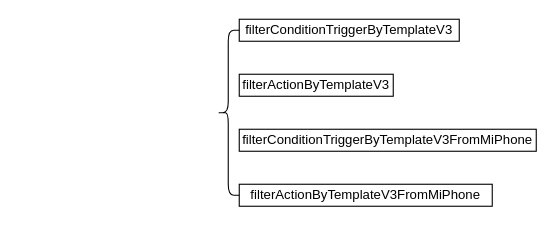
WljclW/coolweather keeps this draw.io diagram as 未命名绘图.drawio. Above is the earlier version. Source tidied: cells renumbered, new cells numbered last; positions are measured from the earlier drawing's top-left corner, leaving out a move shared by most shapes. Both pictures are drawn from the tidied source at 110%, with x=0, y=0 at pixel (217, 19).
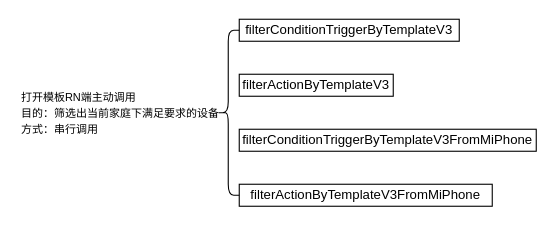
The same page after the edit.

Commit message (it also covers changes not shown here):
更新未命名绘图.drawio

What changed in the source:
```diff
@@
 <mxGraphModel>
   <root>
     <mxCell id="0" />
     <mxCell id="1" parent="0" />
     <mxCell id="2" value="filterConditionTriggerByTemplateV3" style="rounded=0;whiteSpace=wrap;html=1;" parent="1" vertex="1">
       <mxGeometry x="20" width="200" height="20" as="geometry" />
     </mxCell>
     <mxCell id="3" value="filterActionByTemplateV3" style="rounded=0;whiteSpace=wrap;html=1;" parent="1" vertex="1">
       <mxGeometry x="20" y="50" width="140" height="20" as="geometry" />
     </mxCell>
     <mxCell id="4" value="filterConditionTriggerByTemplateV3FromMiPhone" style="rounded=0;whiteSpace=wrap;html=1;" parent="1" vertex="1">
       <mxGeometry x="20" y="100" width="270" height="20" as="geometry" />
     </mxCell>
     <mxCell id="5" value="filterActionByTemplateV3FromMiPhone" style="rounded=0;whiteSpace=wrap;html=1;" parent="1" vertex="1">
       <mxGeometry x="20" y="150" width="230" height="20" as="geometry" />
     </mxCell>
     <mxCell id="6" style="shape=curlyBracket;whiteSpace=wrap;html=1;rounded=1;labelPosition=left;verticalLabelPosition=middle;align=right;verticalAlign=middle;" parent="1" vertex="1">
       <mxGeometry y="10" width="20" height="150" as="geometry" />
     </mxCell>
+    <mxCell id="7" value="&lt;font style=&quot;font-size: 10px;&quot;&gt;打开模板RN端主动调用&lt;br&gt;目的：筛选出当前家庭下满足要求的设备&lt;br&gt;方式：串行调用&lt;/font&gt;" style="text;html=1;align=left;verticalAlign=middle;whiteSpace=wrap;rounded=0;" parent="1" vertex="1">
+      <mxGeometry x="-180" y="60" width="190" height="50" as="geometry" />
+    </mxCell>
   </root>
 </mxGraphModel>
```
